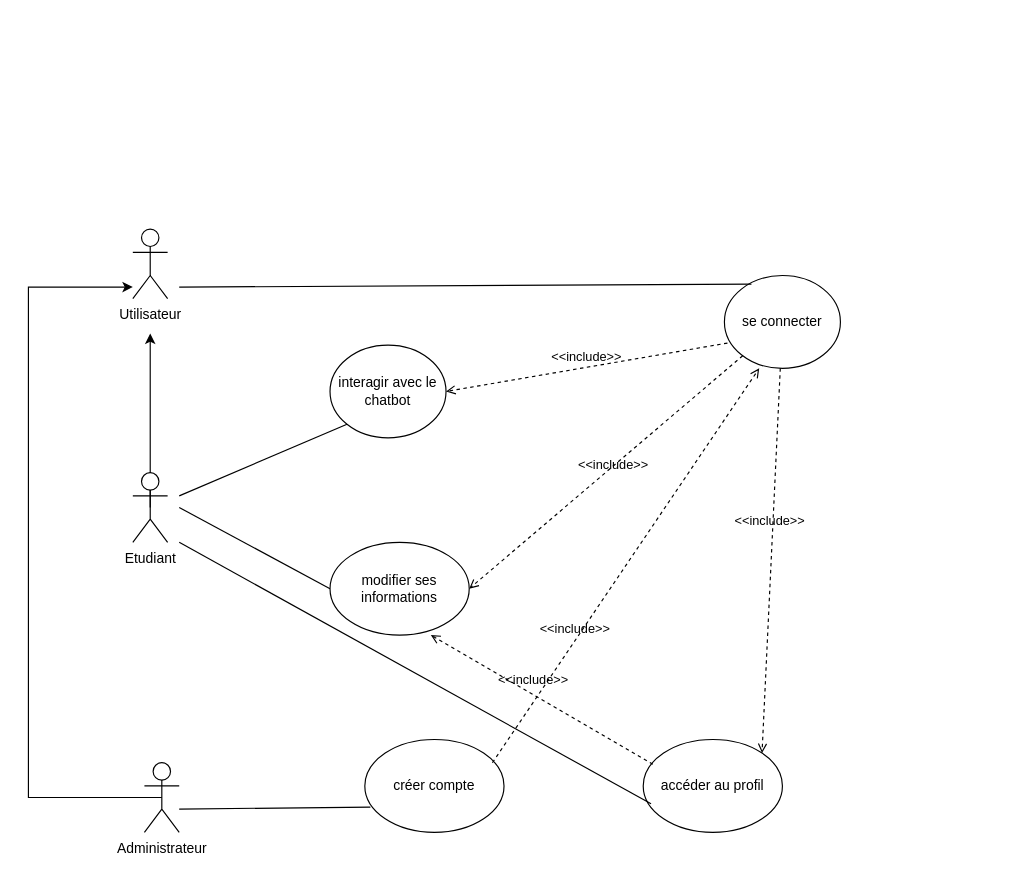
This is usecase.drawio from AguirChams/ChatbotAskMia, a draw.io file, before an edit. Source tidied: cells renumbered, new cells numbered last; positions are measured from the earlier drawing's top-left corner, leaving out a move shared by most shapes. Both pictures are drawn from the tidied source at 116%, with x=0, y=0 at pixel (28, 229).
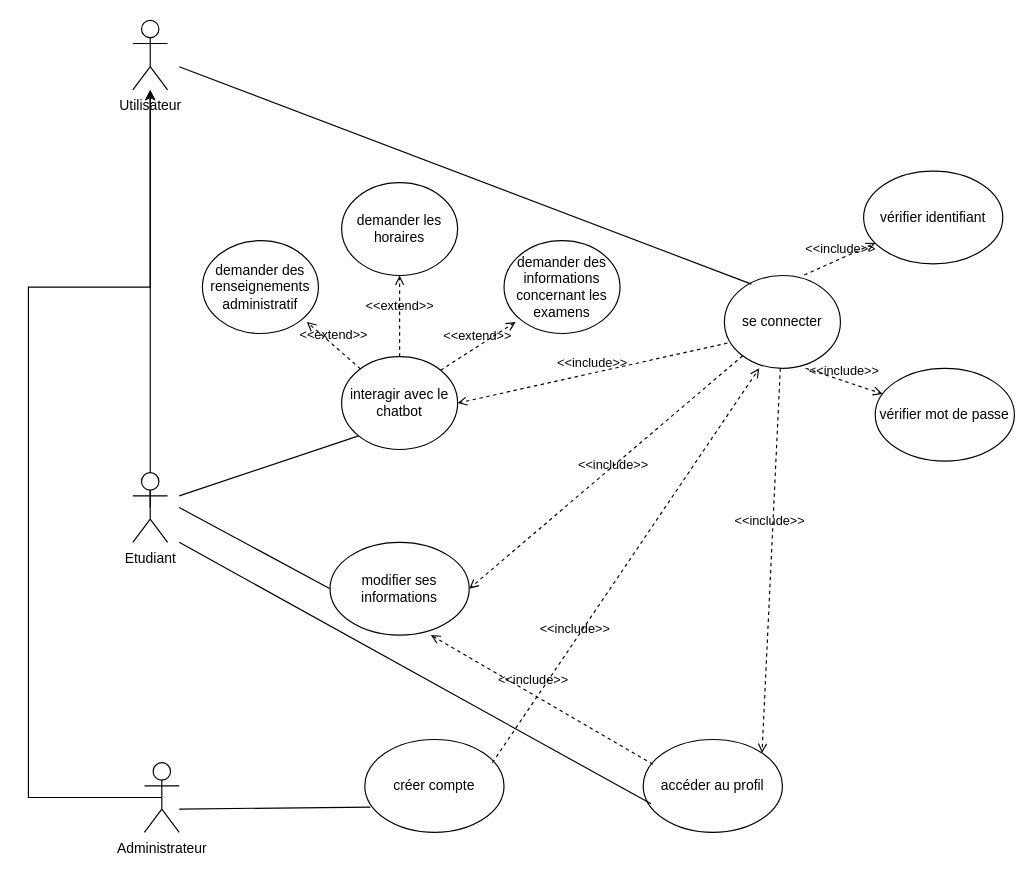
The same diagram, later.

Unchanged cells that the change refers to:
```xml
<mxCell id="3" value="Etudiant" style="shape=umlActor;verticalLabelPosition=bottom;verticalAlign=top;html=1;outlineConnect=0;" parent="1" vertex="1">
  <mxGeometry x="90" y="210" width="30" height="60" as="geometry" />
</mxCell>
<mxCell id="5" value="se connecter" style="ellipse;whiteSpace=wrap;html=1;" parent="1" vertex="1">
  <mxGeometry x="600" y="40" width="100" height="80" as="geometry" />
</mxCell>
```

The edit, as a diff of the source:
```diff
@@
-    <mxCell id="2" style="edgeStyle=orthogonalEdgeStyle;rounded=0;jettySize=auto;html=1;exitX=0.5;exitY=0.5;exitDx=0;exitDy=0;exitPerimeter=0;" parent="1" edge="1" source="3">
-      <mxGeometry relative="1" as="geometry">
-        <mxPoint x="105" y="90" as="targetPoint" />
-      </mxGeometry>
+    <mxCell id="2" style="edgeStyle=orthogonalEdgeStyle;rounded=0;jettySize=auto;html=1;exitX=0.5;exitY=0.5;exitDx=0;exitDy=0;exitPerimeter=0;" parent="1" edge="1" source="3" target="19">
+      <mxGeometry relative="1" as="geometry" />
     </mxCell>
@@
     <mxCell id="9" value="interagir avec le chatbot" style="ellipse;whiteSpace=wrap;html=1;" parent="1" vertex="1">
-      <mxGeometry x="260" y="100" width="100" height="80" as="geometry" />
+      <mxGeometry x="270" y="110" width="100" height="80" as="geometry" />
     </mxCell>
@@
     <mxCell id="15" style="endArrow=none;html=1;rounded=0;entryX=0.233;entryY=0.093;entryDx=0;entryDy=0;entryPerimeter=0;" parent="1" edge="1" target="5">
       <mxGeometry relative="1" as="geometry">
-        <mxPoint x="130" y="50" as="sourcePoint" />
+        <mxPoint x="130" y="-140" as="sourcePoint" />
       </mxGeometry>
     </mxCell>
@@
     <mxCell id="19" value="Utilisateur" style="shape=umlActor;verticalLabelPosition=bottom;verticalAlign=top;html=1;outlineConnect=0;" parent="1" vertex="1">
-      <mxGeometry x="90" width="30" height="60" as="geometry" />
+      <mxGeometry x="90" y="-180" width="30" height="60" as="geometry" />
     </mxCell>
@@
+    <mxCell id="22" value="&amp;lt;&amp;lt;include&amp;gt;&amp;gt;" style="html=1;verticalAlign=bottom;labelBackgroundColor=none;endArrow=open;endFill=0;dashed=1;rounded=0;exitX=0.688;exitY=-0.005;exitDx=0;exitDy=0;exitPerimeter=0;" parent="1" edge="1" source="5" target="23">
+      <mxGeometry relative="1" as="geometry" />
+    </mxCell>
+    <mxCell id="23" value="vérifier identifiant" style="ellipse;whiteSpace=wrap;html=1;" parent="1" vertex="1">
+      <mxGeometry x="720" y="-50" width="120" height="80" as="geometry" />
+    </mxCell>
+    <mxCell id="24" value="vérifier mot de passe" style="ellipse;whiteSpace=wrap;html=1;" parent="1" vertex="1">
+      <mxGeometry x="730" y="120" width="120" height="80" as="geometry" />
+    </mxCell>
+    <mxCell id="25" value="&amp;lt;&amp;lt;include&amp;gt;&amp;gt;" style="html=1;verticalAlign=bottom;labelBackgroundColor=none;endArrow=open;endFill=0;dashed=1;rounded=0;exitX=0.7;exitY=1;exitDx=0;exitDy=0;exitPerimeter=0;" parent="1" edge="1" source="5" target="24">
+      <mxGeometry relative="1" as="geometry" />
+    </mxCell>
+    <mxCell id="26" value="&amp;lt;&amp;lt;extend&amp;gt;&amp;gt;" style="html=1;verticalAlign=bottom;labelBackgroundColor=none;endArrow=open;endFill=0;dashed=1;rounded=0;" parent="1" edge="1" source="9">
+      <mxGeometry relative="1" as="geometry">
+        <mxPoint x="240" y="80" as="targetPoint" />
+      </mxGeometry>
+    </mxCell>
+    <mxCell id="27" value="&amp;lt;&amp;lt;extend&amp;gt;&amp;gt;" style="html=1;verticalAlign=bottom;labelBackgroundColor=none;endArrow=open;endFill=0;dashed=1;rounded=0;exitX=0.5;exitY=0;exitDx=0;exitDy=0;" parent="1" edge="1" source="9">
+      <mxGeometry relative="1" as="geometry">
+        <mxPoint x="320" y="40" as="targetPoint" />
+      </mxGeometry>
+    </mxCell>
+    <mxCell id="28" value="&amp;lt;&amp;lt;extend&amp;gt;&amp;gt;" style="html=1;verticalAlign=bottom;labelBackgroundColor=none;endArrow=open;endFill=0;dashed=1;rounded=0;exitX=1;exitY=0;exitDx=0;exitDy=0;" parent="1" edge="1" source="9">
+      <mxGeometry relative="1" as="geometry">
+        <mxPoint x="420" y="80" as="targetPoint" />
+      </mxGeometry>
+    </mxCell>
+    <mxCell id="29" value="demander des renseignements administratif" style="ellipse;whiteSpace=wrap;html=1;" parent="1" vertex="1">
+      <mxGeometry x="150" y="10" width="100" height="80" as="geometry" />
+    </mxCell>
+    <mxCell id="30" value="demander les horaires" style="ellipse;whiteSpace=wrap;html=1;" parent="1" vertex="1">
+      <mxGeometry x="270" y="-40" width="100" height="80" as="geometry" />
+    </mxCell>
+    <mxCell id="31" value="demander des informations concernant les examens" style="ellipse;whiteSpace=wrap;html=1;" parent="1" vertex="1">
+      <mxGeometry x="410" y="10" width="100" height="80" as="geometry" />
+    </mxCell>
```
